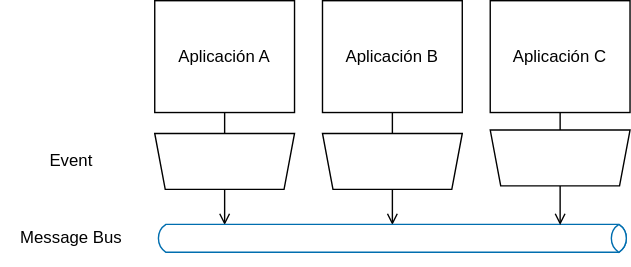
ucudal/ANDIS_Conceptos keeps this draw.io diagram as diagrams/Messaging.svg. Above is the earlier version. Source tidied: cells renumbered, new cells last; positions are measured from the earlier drawing's top-left corner, leaving out a move shared by most shapes.
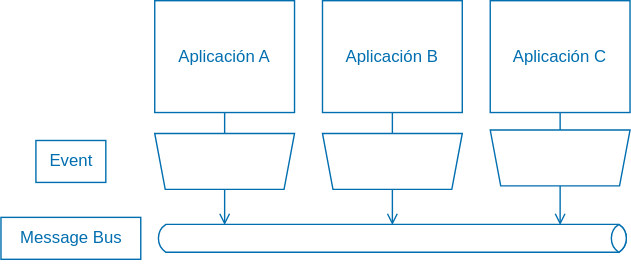
The same diagram one commit later.

The edit, as a diff of the source:
```diff
@@ -2,51 +2,51 @@
   <root>
     <mxCell id="0" />
     <mxCell id="1" parent="0" />
-    <mxCell id="2" style="edgeStyle=none;html=1;endArrow=none;endFill=0;strokeColor=light-dark(#000000,#006EAF);fontColor=light-dark(#000000,#006EAF);" parent="1" edge="1" source="3" target="5">
+    <mxCell id="2" style="edgeStyle=none;html=1;endArrow=none;endFill=0;strokeColor=light-dark(#006EAF,#006EAF);fontColor=light-dark(#006EAF,#006EAF);" parent="1" edge="1" source="3" target="5">
       <mxGeometry relative="1" as="geometry" />
     </mxCell>
-    <mxCell id="3" value="Aplicación A" style="rounded=0;whiteSpace=wrap;html=1;strokeColor=light-dark(#000000,#006EAF);fontColor=light-dark(#000000,#006EAF);fillColor=none;direction=south;" parent="1" vertex="1">
+    <mxCell id="3" value="Aplicación A" style="rounded=0;whiteSpace=wrap;html=1;strokeColor=light-dark(#006EAF,#006EAF);fontColor=light-dark(#006EAF,#006EAF);fillColor=none;direction=south;" parent="1" vertex="1">
       <mxGeometry x="110" width="100" height="80" as="geometry" />
     </mxCell>
-    <mxCell id="4" style="edgeStyle=none;html=1;endArrow=open;endFill=0;strokeColor=light-dark(#000000,#006EAF);fontColor=light-dark(#000000,#006EAF);exitX=0.5;exitY=0;exitDx=0;exitDy=0;" parent="1" edge="1" source="7" target="11">
+    <mxCell id="4" style="edgeStyle=none;html=1;endArrow=open;endFill=0;strokeColor=light-dark(#006EAF,#006EAF);fontColor=light-dark(#006EAF,#006EAF);exitX=0.5;exitY=0;exitDx=0;exitDy=0;" parent="1" edge="1" source="7" target="11">
       <mxGeometry relative="1" as="geometry" />
     </mxCell>
-    <mxCell id="5" style="verticalLabelPosition=middle;verticalAlign=middle;html=1;shape=trapezoid;perimeter=trapezoidPerimeter;whiteSpace=wrap;size=0.07500000000000001;arcSize=10;flipV=1;labelPosition=center;align=center;rotation=-90;strokeColor=light-dark(#000000,#006EAF);fontColor=light-dark(#000000,#006EAF);fillColor=none;direction=north;" parent="1" vertex="1">
+    <mxCell id="5" style="verticalLabelPosition=middle;verticalAlign=middle;html=1;shape=trapezoid;perimeter=trapezoidPerimeter;whiteSpace=wrap;size=0.07500000000000001;arcSize=10;flipV=1;labelPosition=center;align=center;rotation=-90;strokeColor=light-dark(#006EAF,#006EAF);fontColor=light-dark(#006EAF,#006EAF);fillColor=none;direction=north;" parent="1" vertex="1">
       <mxGeometry x="140" y="65" width="40" height="100" as="geometry" />
     </mxCell>
-    <mxCell id="6" style="edgeStyle=none;html=1;endArrow=none;endFill=0;strokeColor=light-dark(#000000,#006EAF);fontColor=light-dark(#000000,#006EAF);" parent="1" edge="1" source="7" target="9">
+    <mxCell id="6" style="edgeStyle=none;html=1;endArrow=none;endFill=0;strokeColor=light-dark(#006EAF,#006EAF);fontColor=light-dark(#006EAF,#006EAF);" parent="1" edge="1" source="7" target="9">
       <mxGeometry relative="1" as="geometry" />
     </mxCell>
-    <mxCell id="7" style="verticalLabelPosition=middle;verticalAlign=middle;html=1;shape=trapezoid;perimeter=trapezoidPerimeter;whiteSpace=wrap;size=0.07500000000000001;arcSize=10;flipV=0;labelPosition=center;align=center;rotation=-90;strokeColor=light-dark(#000000,#006EAF);fontColor=light-dark(#000000,#006EAF);fillColor=none;direction=north;" parent="1" vertex="1">
+    <mxCell id="7" style="verticalLabelPosition=middle;verticalAlign=middle;html=1;shape=trapezoid;perimeter=trapezoidPerimeter;whiteSpace=wrap;size=0.07500000000000001;arcSize=10;flipV=0;labelPosition=center;align=center;rotation=-90;strokeColor=light-dark(#006EAF,#006EAF);fontColor=light-dark(#006EAF,#006EAF);fillColor=none;direction=north;" parent="1" vertex="1">
       <mxGeometry x="260" y="65" width="40" height="100" as="geometry" />
     </mxCell>
-    <mxCell id="8" style="edgeStyle=none;html=1;endArrow=open;endFill=0;strokeColor=light-dark(#000000,#006EAF);fontColor=light-dark(#000000,#006EAF);" parent="1" edge="1" source="5" target="11">
+    <mxCell id="8" style="edgeStyle=none;html=1;endArrow=open;endFill=0;strokeColor=light-dark(#006EAF,#006EAF);fontColor=light-dark(#006EAF,#006EAF);" parent="1" edge="1" source="5" target="11">
       <mxGeometry relative="1" as="geometry" />
     </mxCell>
-    <mxCell id="9" value="Aplicación B" style="rounded=0;whiteSpace=wrap;html=1;strokeColor=light-dark(#000000,#006EAF);fontColor=light-dark(#000000,#006EAF);fillColor=none;direction=south;" parent="1" vertex="1">
+    <mxCell id="9" value="Aplicación B" style="rounded=0;whiteSpace=wrap;html=1;strokeColor=light-dark(#006EAF,#006EAF);fontColor=light-dark(#006EAF,#006EAF);fillColor=none;direction=south;" parent="1" vertex="1">
       <mxGeometry x="230" width="100" height="80" as="geometry" />
     </mxCell>
-    <mxCell id="10" value="Aplicación C" style="rounded=0;whiteSpace=wrap;html=1;strokeColor=light-dark(#000000,#006EAF);fontColor=light-dark(#000000,#006EAF);fillColor=none;direction=south;" parent="1" vertex="1">
+    <mxCell id="10" value="Aplicación C" style="rounded=0;whiteSpace=wrap;html=1;strokeColor=light-dark(#006EAF,#006EAF);fontColor=light-dark(#006EAF,#006EAF);fillColor=none;direction=south;" parent="1" vertex="1">
       <mxGeometry x="350" width="100" height="80" as="geometry" />
     </mxCell>
-    <mxCell id="11" style="html=1;outlineConnect=0;fillColor=none;strokeColor=light-dark(#006EAF,#006EAF);gradientDirection=north;strokeWidth=1;shape=mxgraph.networks.bus;gradientColor=none;gradientDirection=north;fontColor=#ffffff;perimeter=backbonePerimeter;backboneSize=20;" parent="1" vertex="1">
+    <mxCell id="11" style="html=1;outlineConnect=0;fillColor=none;strokeColor=light-dark(#006EAF,#006EAF);gradientDirection=north;strokeWidth=1;shape=mxgraph.networks.bus;gradientColor=none;gradientDirection=north;fontColor=light-dark(#006EAF,#006EAF);perimeter=backbonePerimeter;backboneSize=20;" parent="1" vertex="1">
       <mxGeometry x="110" y="150" width="340" height="40" as="geometry" />
     </mxCell>
-    <mxCell id="12" style="edgeStyle=none;html=1;endArrow=open;endFill=0;strokeColor=light-dark(#000000,#006EAF);fontColor=light-dark(#000000,#006EAF);exitX=0.5;exitY=0;exitDx=0;exitDy=0;" parent="1" edge="1" source="14" target="11">
+    <mxCell id="12" style="edgeStyle=none;html=1;endArrow=open;endFill=0;strokeColor=light-dark(#006EAF,#006EAF);fontColor=light-dark(#006EAF,#006EAF);exitX=0.5;exitY=0;exitDx=0;exitDy=0;" parent="1" edge="1" source="14" target="11">
       <mxGeometry relative="1" as="geometry" />
     </mxCell>
-    <mxCell id="13" style="edgeStyle=none;html=1;endArrow=none;endFill=0;strokeColor=light-dark(#000000,#006EAF);fontColor=light-dark(#000000,#006EAF);" parent="1" edge="1" source="14">
+    <mxCell id="13" style="edgeStyle=none;html=1;endArrow=none;endFill=0;strokeColor=light-dark(#006EAF,#006EAF);fontColor=light-dark(#006EAF,#006EAF);" parent="1" edge="1" source="14">
       <mxGeometry relative="1" as="geometry">
         <mxPoint x="400" y="80" as="targetPoint" />
       </mxGeometry>
     </mxCell>
-    <mxCell id="14" style="verticalLabelPosition=middle;verticalAlign=middle;html=1;shape=trapezoid;perimeter=trapezoidPerimeter;whiteSpace=wrap;size=0.07500000000000001;arcSize=10;flipV=0;labelPosition=center;align=center;rotation=-90;strokeColor=light-dark(#000000,#006EAF);fontColor=light-dark(#000000,#006EAF);fillColor=none;direction=north;" parent="1" vertex="1">
+    <mxCell id="14" style="verticalLabelPosition=middle;verticalAlign=middle;html=1;shape=trapezoid;perimeter=trapezoidPerimeter;whiteSpace=wrap;size=0.07500000000000001;arcSize=10;flipV=0;labelPosition=center;align=center;rotation=-90;strokeColor=light-dark(#006EAF,#006EAF);fontColor=light-dark(#006EAF,#006EAF);fillColor=none;direction=north;" parent="1" vertex="1">
       <mxGeometry x="380" y="62.5" width="40" height="100" as="geometry" />
     </mxCell>
-    <mxCell id="15" value="Message Bus" style="text;html=1;align=center;verticalAlign=middle;strokeColor=none;fillColor=none;fontColor=light-dark(#000000,#006EAF);" parent="1" vertex="1">
+    <mxCell id="15" value="Message Bus" style="text;html=1;align=center;verticalAlign=middle;strokeColor=light-dark(#006EAF,#006EAF);fillColor=none;fontColor=light-dark(#006EAF,#006EAF);" parent="1" vertex="1">
       <mxGeometry y="155" width="100" height="30" as="geometry" />
     </mxCell>
-    <mxCell id="16" value="Event" style="text;html=1;align=center;verticalAlign=middle;strokeColor=none;fillColor=none;fontColor=light-dark(#000000,#006EAF);" parent="1" vertex="1">
+    <mxCell id="16" value="Event" style="text;html=1;align=center;verticalAlign=middle;strokeColor=light-dark(#006EAF,#006EAF);fillColor=none;fontColor=light-dark(#006EAF,#006EAF);" parent="1" vertex="1">
       <mxGeometry x="25" y="100" width="50" height="30" as="geometry" />
     </mxCell>
   </root>
```
